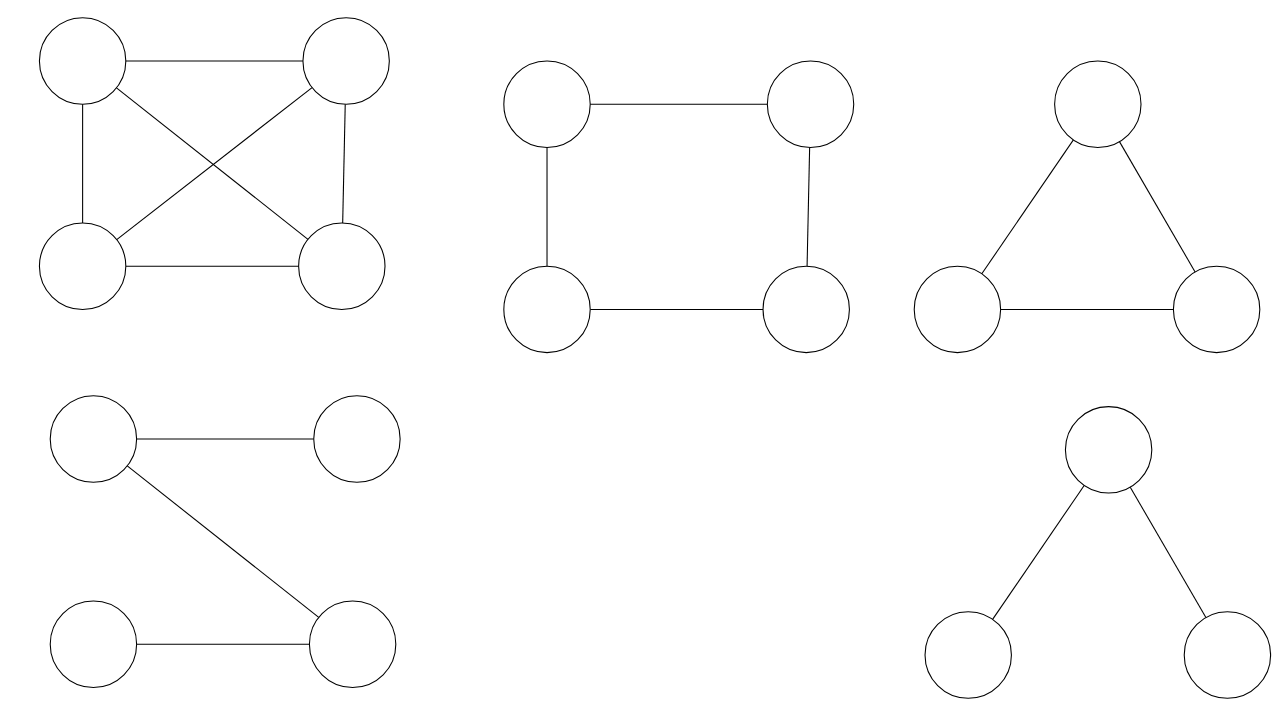
Before: page "Page-4" (4 of 11) of Лекции/2023/4/илюстрации.drawio in MUCTR-IKT-CPP/algorithms-2cpp, a draw.io diagram. Source tidied: cells renumbered, new cells numbered last; positions are measured from the earlier drawing's top-left corner, leaving out a move shared by most shapes. Both pictures are drawn from the tidied source at 108%, with x=0, y=0 at pixel (39, 17).
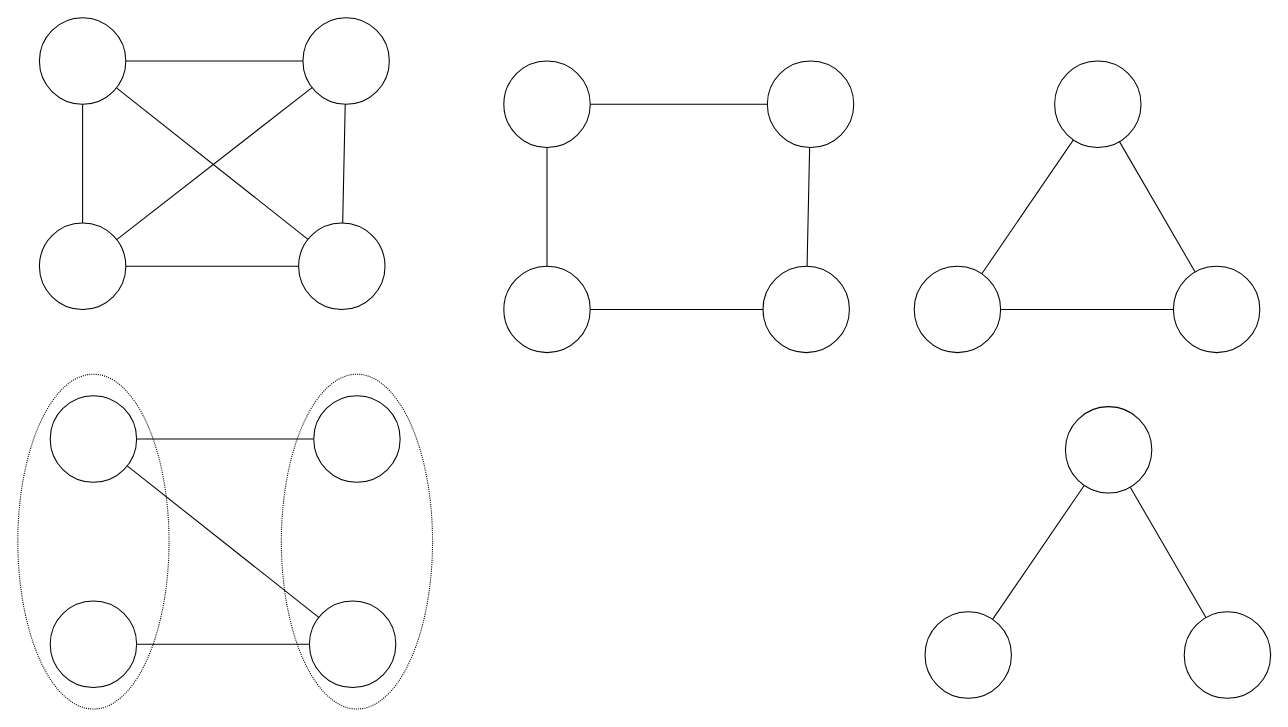
Above is the later version.

The edit, as a diff of the source:
```diff
@@
+    <mxCell id="38" style="ellipse;whiteSpace=wrap;html=1;rotation=90;fillColor=none;dashed=1;dashPattern=1 1;" parent="1" vertex="1">
+      <mxGeometry x="-105" y="415" width="310" height="140" as="geometry" />
+    </mxCell>
+    <mxCell id="39" style="ellipse;whiteSpace=wrap;html=1;rotation=90;fillColor=none;dashed=1;dashPattern=1 1;" parent="1" vertex="1">
+      <mxGeometry x="139" y="415" width="310" height="140" as="geometry" />
+    </mxCell>
```
